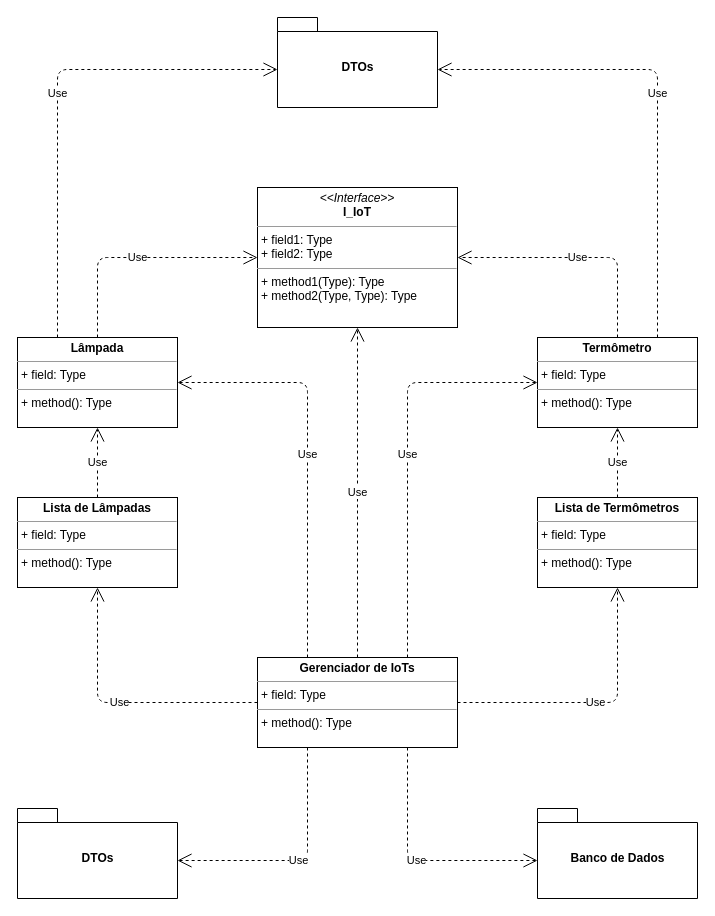
Above: page "IoTs Package" (3 of 5) of Documents/Gerenciador_IoTs.drawio in CleberPresidente100/Gerenciador_IoTs (draw.io), before the change. Source tidied: cells renumbered, new cells numbered last; positions are measured from the earlier drawing's top-left corner, leaving out a move shared by most shapes. Both pictures are drawn from the tidied source at 100%, with x=0, y=0 at pixel (17, 17).
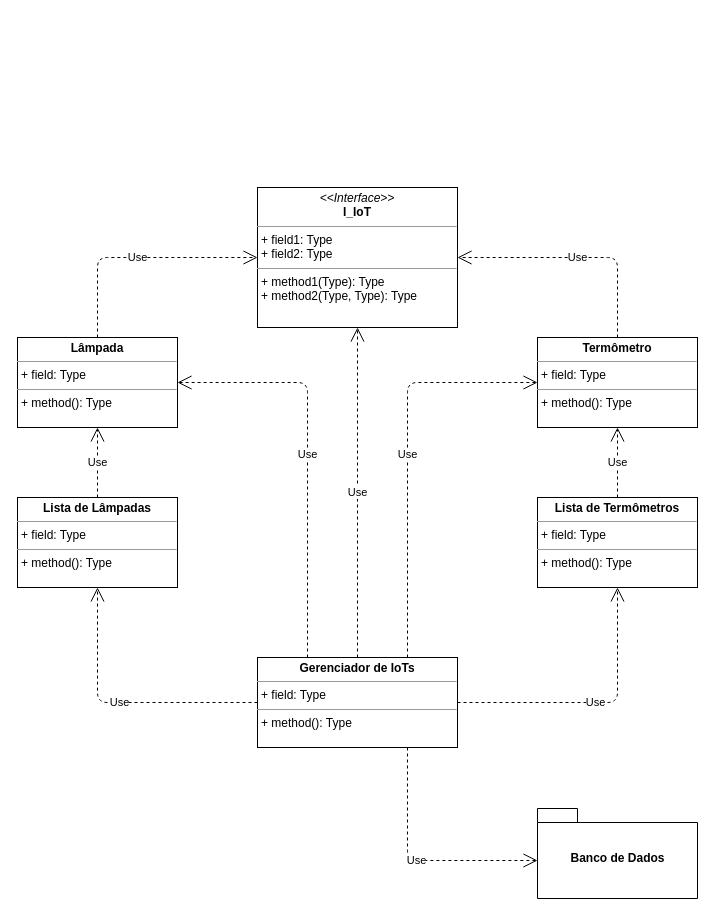
The same diagram, later.

Unchanged cells that the change refers to:
```xml
<mxCell id="3" value="&lt;p style=&quot;margin: 0px ; margin-top: 4px ; text-align: center&quot;&gt;&lt;b&gt;Lâmpada&lt;/b&gt;&lt;/p&gt;&lt;hr size=&quot;1&quot;&gt;&lt;p style=&quot;margin: 0px ; margin-left: 4px&quot;&gt;+ field: Type&lt;/p&gt;&lt;hr size=&quot;1&quot;&gt;&lt;p style=&quot;margin: 0px ; margin-left: 4px&quot;&gt;+ method(): Type&lt;/p&gt;" style="verticalAlign=top;align=left;overflow=fill;fontSize=12;fontFamily=Helvetica;html=1;" parent="1" vertex="1">
  <mxGeometry y="320" width="160" height="90" as="geometry" />
</mxCell>
<mxCell id="4" value="&lt;p style=&quot;margin: 0px ; margin-top: 4px ; text-align: center&quot;&gt;&lt;b&gt;Termômetro&lt;/b&gt;&lt;/p&gt;&lt;hr size=&quot;1&quot;&gt;&lt;p style=&quot;margin: 0px ; margin-left: 4px&quot;&gt;+ field: Type&lt;/p&gt;&lt;hr size=&quot;1&quot;&gt;&lt;p style=&quot;margin: 0px ; margin-left: 4px&quot;&gt;+ method(): Type&lt;/p&gt;" style="verticalAlign=top;align=left;overflow=fill;fontSize=12;fontFamily=Helvetica;html=1;" parent="1" vertex="1">
  <mxGeometry x="520" y="320" width="160" height="90" as="geometry" />
</mxCell>
<mxCell id="11" value="&lt;p style=&quot;margin: 0px ; margin-top: 4px ; text-align: center&quot;&gt;&lt;b&gt;Gerenciador de IoTs&lt;/b&gt;&lt;br&gt;&lt;/p&gt;&lt;hr size=&quot;1&quot;&gt;&lt;p style=&quot;margin: 0px ; margin-left: 4px&quot;&gt;+ field: Type&lt;/p&gt;&lt;hr size=&quot;1&quot;&gt;&lt;p style=&quot;margin: 0px ; margin-left: 4px&quot;&gt;+ method(): Type&lt;/p&gt;" style="verticalAlign=top;align=left;overflow=fill;fontSize=12;fontFamily=Helvetica;html=1;" parent="1" vertex="1">
  <mxGeometry x="240" y="640" width="200" height="90" as="geometry" />
</mxCell>
```

Change to the diagram source:
```diff
@@
-    <mxCell id="19" value="DTOs" style="shape=folder;fontStyle=1;spacingTop=10;tabWidth=40;tabHeight=14;tabPosition=left;html=1;" parent="1" vertex="1">
-      <mxGeometry x="260" width="160" height="90" as="geometry" />
-    </mxCell>
-    <mxCell id="20" value="Use" style="endArrow=open;endSize=12;dashed=1;html=1;exitX=0.25;exitY=0;exitDx=0;exitDy=0;entryX=0;entryY=0;entryDx=0;entryDy=52;entryPerimeter=0;" parent="1" edge="1" source="3" target="19">
-      <mxGeometry relative="1" as="geometry">
-        <Array as="points">
-          <mxPoint x="40" y="52" />
-        </Array>
-      </mxGeometry>
-    </mxCell>
-    <mxCell id="21" value="Use" style="endArrow=open;endSize=12;dashed=1;html=1;exitX=0.75;exitY=0;exitDx=0;exitDy=0;entryX=0;entryY=0;entryDx=160;entryDy=52;entryPerimeter=0;" parent="1" edge="1" source="4" target="19">
-      <mxGeometry relative="1" as="geometry">
-        <Array as="points">
-          <mxPoint x="640" y="52" />
-        </Array>
-      </mxGeometry>
-    </mxCell>
-    <mxCell id="22" value="DTOs" style="shape=folder;fontStyle=1;spacingTop=10;tabWidth=40;tabHeight=14;tabPosition=left;html=1;" parent="1" vertex="1">
-      <mxGeometry y="791" width="160" height="90" as="geometry" />
-    </mxCell>
-    <mxCell id="23" value="Use" style="endArrow=open;endSize=12;dashed=1;html=1;exitX=0.25;exitY=1;exitDx=0;exitDy=0;entryX=0;entryY=0;entryDx=160;entryDy=52;entryPerimeter=0;" parent="1" edge="1" source="11" target="22">
-      <mxGeometry relative="1" as="geometry">
-        <Array as="points">
-          <mxPoint x="290" y="843" />
-        </Array>
-      </mxGeometry>
-    </mxCell>
```
